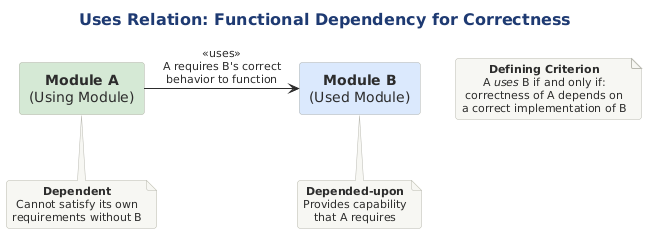
This is src/architecture/views-and-beyond/style-catalogs/module/uses-style/png/relation-functional-dependency-correctness.png from Notoriousjayy/latex-docs, a PlantUML export, as it was before one commit.
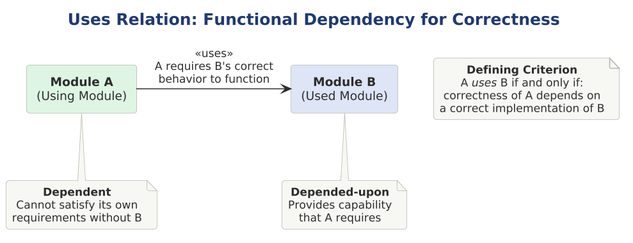
Later version of the same file.

Change to the diagram source:
```diff
@@ -1,17 +1,18 @@
 @startuml
 
-skinparam RectangleBorderColor #2C3E50
+skinparam dpi 150
+
+
+
+
 !include ../../../../../../tooling/styles/plantuml/structural/component-diagram-style.iuml
-
-skinparam RectangleBackgroundColor #EBF5FB
-skinparam RectangleFontSize 14
 
 title Uses Relation: Functional Dependency for Correctness
 
-rectangle "**Module A**\n(Using Module)" as A #D5E8D4 {
+rectangle "**Module A**\n(Using Module)" as A $fill_ok {
 }
 
-rectangle "**Module B**\n(Used Module)" as B #DAE8FC {
+rectangle "**Module B**\n(Used Module)" as B $fill_primary {
 }
 
 A -right--> B : <<uses>>\nA requires B's correct\nbehavior to function
```
